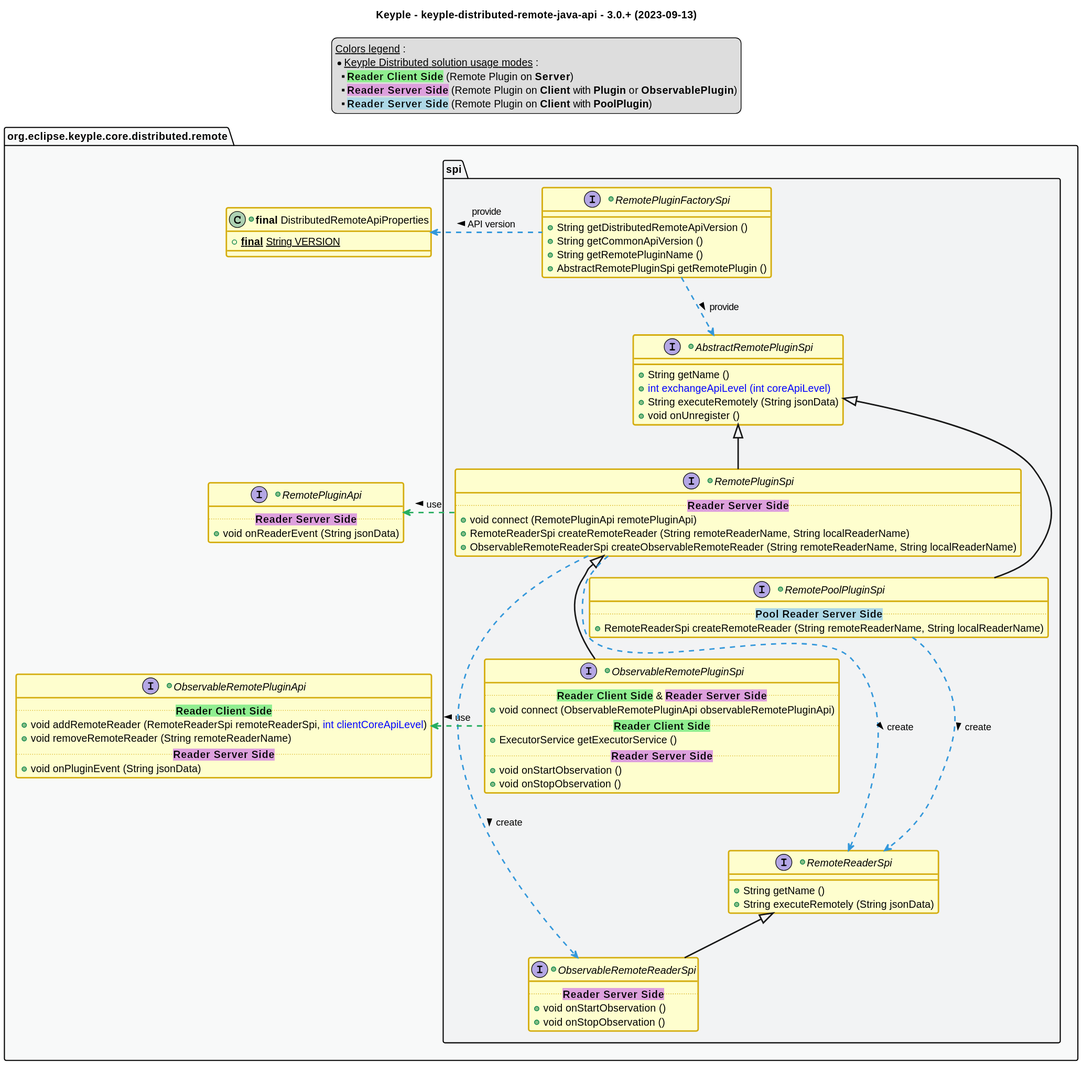
Before: src/main/uml/api_class_diagram.svg, a diagram exported from PlantUML (eclipse-keyple/keyple-distributed-remote-java-api).
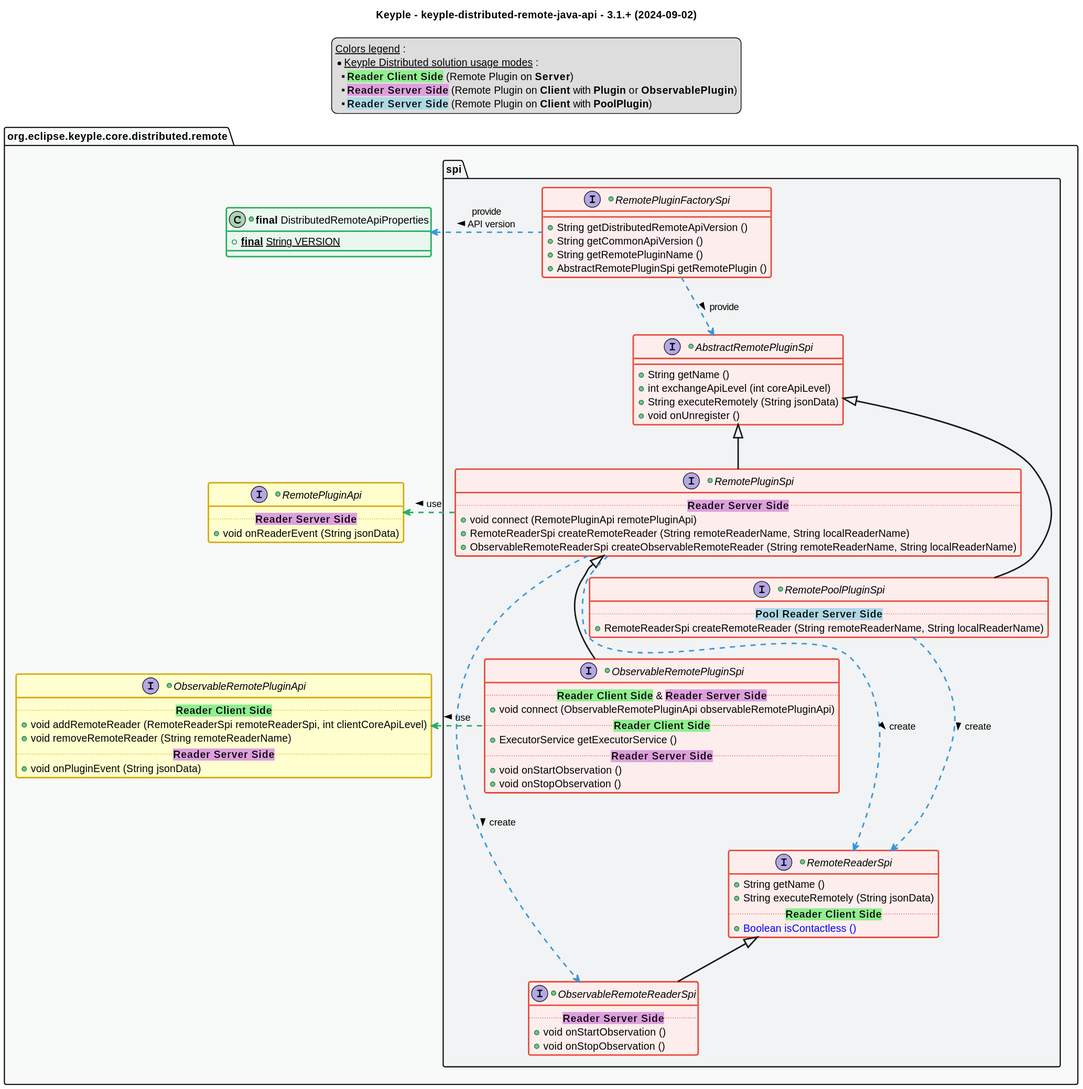
After the change.

Commit message:
feat: optimize Distributed solution with "isContactless" flag (#9)

Change to the diagram source:
```diff
@@ -1,6 +1,6 @@
 @startuml
 title
-    Keyple - keyple-distributed-remote-java-api - 3.0.+ (2023-09-13)
+    Keyple - keyple-distributed-remote-java-api - 3.1.+ (2024-09-02)
 end title
 
 
@@ -49,7 +49,7 @@
 end legend
 
 package "org.eclipse.keyple.core.distributed.remote" as api {
-    +class "**final** DistributedRemoteApiProperties" as ApiProperties {
+    +class "**final** DistributedRemoteApiProperties" as ApiProperties <<green>> {
         +{static} **final** String VERSION
     }
     +interface RemotePluginApi {
@@ -58,31 +58,31 @@
     }
     +interface ObservableRemotePluginApi {
         .. <back:lightGreen>**Reader Client Side**</back> ..
-        +void addRemoteReader (RemoteReaderSpi remoteReaderSpi, <color:blue>int clientCoreApiLevel</color>)
+        +void addRemoteReader (RemoteReaderSpi remoteReaderSpi, int clientCoreApiLevel)
         +void removeRemoteReader (String remoteReaderName)
         .. <back:plum>**Reader Server Side**</back> ..
         +void onPluginEvent (String jsonData)
     }
     package spi {
-        +interface RemotePluginFactorySpi {
+        +interface RemotePluginFactorySpi <<red>> {
             +String getDistributedRemoteApiVersion ()
             +String getCommonApiVersion ()
             +String getRemotePluginName ()
             +AbstractRemotePluginSpi getRemotePlugin ()
         }
-        +interface AbstractRemotePluginSpi {
+        +interface AbstractRemotePluginSpi <<red>> {
             +String getName ()
-            +<color:blue>int exchangeApiLevel (int coreApiLevel)
+            +int exchangeApiLevel (int coreApiLevel)
             +String executeRemotely (String jsonData)
             +void onUnregister ()
         }
-        +interface RemotePluginSpi extends AbstractRemotePluginSpi {
+        +interface RemotePluginSpi <<red>> extends AbstractRemotePluginSpi {
             .. <back:plum>**Reader Server Side**</back> ..
             +void connect (RemotePluginApi remotePluginApi)
             +RemoteReaderSpi createRemoteReader (String remoteReaderName, String localReaderName)
             +ObservableRemoteReaderSpi createObservableRemoteReader (String remoteReaderName, String localReaderName)
         }
-        +interface ObservableRemotePluginSpi extends RemotePluginSpi {
+        +interface ObservableRemotePluginSpi <<red>> extends RemotePluginSpi {
             .. <back:lightGreen>**Reader Client Side**</back> & <back:plum>**Reader Server Side**</back> ..
             +void connect (ObservableRemotePluginApi observableRemotePluginApi)
             .. <back:lightGreen>**Reader Client Side**</back> ..
@@ -91,15 +91,17 @@
             +void onStartObservation ()
             +void onStopObservation ()
         }
-        +interface RemotePoolPluginSpi extends AbstractRemotePluginSpi {
+        +interface RemotePoolPluginSpi <<red>> extends AbstractRemotePluginSpi {
             .. <back:lightBlue>**Pool Reader Server Side**</back> ..
             +RemoteReaderSpi createRemoteReader (String remoteReaderName, String localReaderName)
         }
-        +interface RemoteReaderSpi {
+        +interface RemoteReaderSpi <<red>> {
             +String getName ()
             +String executeRemotely (String jsonData)
+            .. <back:lightGreen>**Reader Client Side**</back> ..
+            +<color:blue>Boolean isContactless ()
         }
-        +interface ObservableRemoteReaderSpi extends RemoteReaderSpi {
+        +interface ObservableRemoteReaderSpi <<red>> extends RemoteReaderSpi {
             .. <back:plum>**Reader Server Side**</back> ..
             +void onStartObservation ()
             +void onStopObservation ()
```
